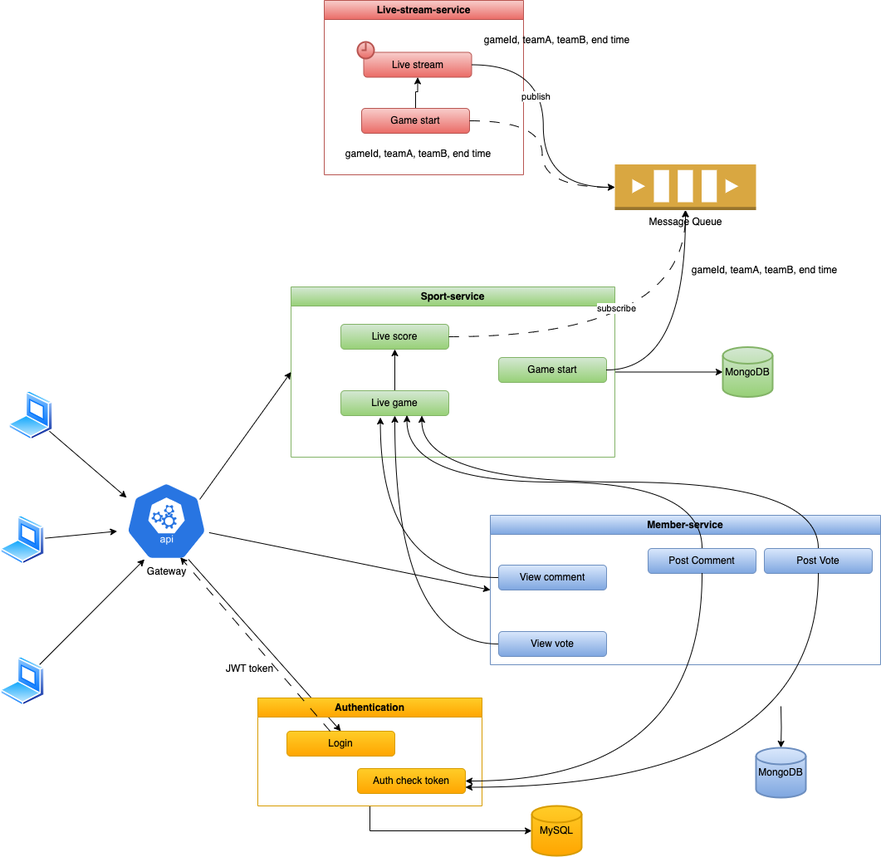
Earlier version of the draw.io export lectures/w3d4.project/Untitled.png (nthanhdo2610/enterprise-architecture). Source tidied: cells renumbered, new cells last; positions are measured from the earlier drawing's top-left corner, leaving out a move shared by most shapes.
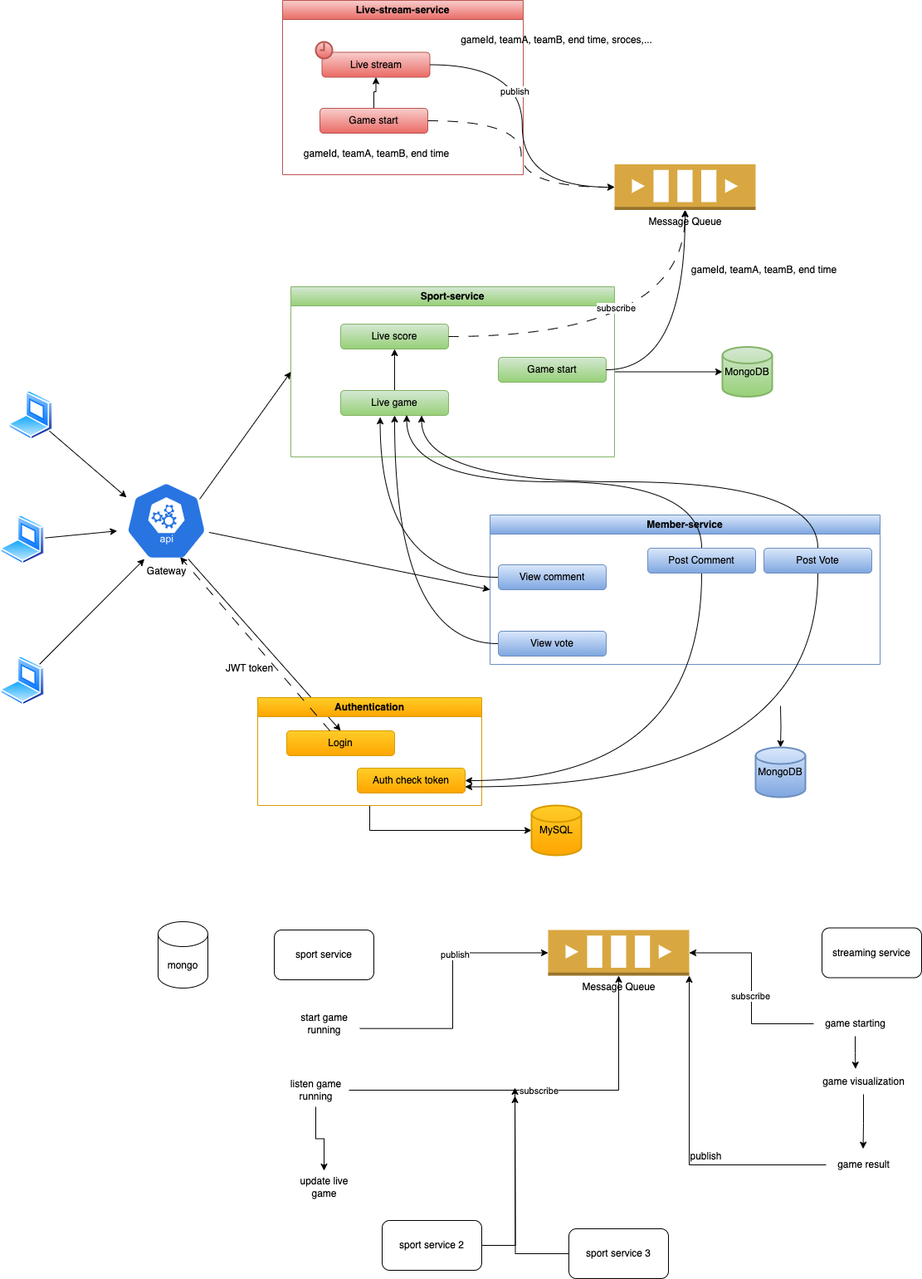
After the commit.

The edit, as a diff of the source:
```diff
@@ -45,7 +45,7 @@
       <mxGeometry x="250" y="85" width="130" height="30" as="geometry" />
     </mxCell>
     <mxCell id="16" value="Live-stream-service" style="swimlane;whiteSpace=wrap;html=1;fillColor=#f8cecc;strokeColor=#b85450;gradientColor=#ea6b66;" parent="1" vertex="1">
-      <mxGeometry x="390" width="240" height="210" as="geometry" />
+      <mxGeometry x="340" width="290" height="210" as="geometry" />
     </mxCell>
     <mxCell id="17" value="Live stream" style="rounded=1;whiteSpace=wrap;html=1;fillColor=#f8cecc;strokeColor=#b85450;gradientColor=#ea6b66;" parent="16" vertex="1">
       <mxGeometry x="47.5" y="62.5" width="130" height="30" as="geometry" />
@@ -159,8 +159,87 @@
     <mxCell id="52" value="gameId, teamA, teamB, end time" style="text;html=1;align=center;verticalAlign=middle;strokeColor=none;fillColor=none;" parent="1" vertex="1">
       <mxGeometry x="820" y="310" width="200" height="30" as="geometry" />
     </mxCell>
-    <mxCell id="53" value="gameId, teamA, teamB, end time" style="text;html=1;align=center;verticalAlign=middle;strokeColor=none;fillColor=none;" parent="1" vertex="1">
-      <mxGeometry x="570" y="32.5" width="200" height="30" as="geometry" />
+    <mxCell id="53" value="gameId, teamA, teamB, end time, sroces,..." style="text;html=1;align=center;verticalAlign=middle;strokeColor=none;fillColor=none;" parent="1" vertex="1">
+      <mxGeometry x="545" y="32.5" width="250" height="30" as="geometry" />
     </mxCell>
+    <mxCell id="54" style="edgeStyle=orthogonalEdgeStyle;rounded=0;jettySize=auto;html=1;entryX=0;entryY=0.5;entryDx=0;entryDy=0;entryPerimeter=0;exitX=1.04;exitY=0.642;exitDx=0;exitDy=0;exitPerimeter=0;" parent="1" edge="1" source="57" target="59">
+      <mxGeometry relative="1" as="geometry" />
+    </mxCell>
+    <mxCell id="55" value="publish" style="edgeLabel;html=1;align=center;verticalAlign=middle;" parent="54" vertex="1">
+      <mxGeometry x="0.26" y="-2" relative="1" as="geometry" />
+    </mxCell>
+    <mxCell id="56" value="sport service&lt;br&gt;" style="rounded=1;whiteSpace=wrap;html=1;" parent="1" vertex="1">
+      <mxGeometry x="330" y="1120" width="120" height="60" as="geometry" />
+    </mxCell>
+    <mxCell id="57" value="start game&lt;br&gt;running" style="text;html=1;align=center;verticalAlign=middle;points=[];strokeColor=none;fillColor=none;" parent="1" vertex="1">
+      <mxGeometry x="350" y="1213" width="80" height="40" as="geometry" />
+    </mxCell>
+    <mxCell id="58" value="mongo" style="shape=cylinder3;whiteSpace=wrap;html=1;boundedLbl=1;backgroundOutline=1;size=15;" parent="1" vertex="1">
+      <mxGeometry x="190" y="1110" width="60" height="80" as="geometry" />
+    </mxCell>
+    <mxCell id="59" value="Message Queue" style="outlineConnect=0;dashed=0;verticalLabelPosition=bottom;verticalAlign=top;align=center;html=1;shape=mxgraph.aws3.queue;fillColor=#D9A741;gradientColor=none;" parent="1" vertex="1">
+      <mxGeometry x="660" y="1120" width="170" height="55" as="geometry" />
+    </mxCell>
+    <mxCell id="60" style="edgeStyle=orthogonalEdgeStyle;rounded=0;jettySize=auto;html=1;entryX=0.5;entryY=1;entryDx=0;entryDy=0;entryPerimeter=0;" parent="1" edge="1" source="63" target="59">
+      <mxGeometry relative="1" as="geometry" />
+    </mxCell>
+    <mxCell id="61" value="subscribe" style="edgeLabel;html=1;align=center;verticalAlign=middle;" parent="60" vertex="1">
+      <mxGeometry x="-0.02" relative="1" as="geometry" />
+    </mxCell>
+    <mxCell id="62" style="edgeStyle=orthogonalEdgeStyle;rounded=0;jettySize=auto;html=1;entryX=0.5;entryY=0;entryDx=0;entryDy=0;entryPerimeter=0;" parent="1" edge="1" source="63" target="64">
+      <mxGeometry relative="1" as="geometry" />
+    </mxCell>
+    <mxCell id="63" value="listen game &lt;br&gt;running" style="text;html=1;align=center;verticalAlign=middle;points=[];strokeColor=none;fillColor=none;" parent="1" vertex="1">
+      <mxGeometry x="340" y="1293" width="80" height="40" as="geometry" />
+    </mxCell>
+    <mxCell id="64" value="update live &lt;br&gt;game" style="text;html=1;align=center;verticalAlign=middle;points=[];strokeColor=none;fillColor=none;" parent="1" vertex="1">
+      <mxGeometry x="350" y="1410" width="80" height="40" as="geometry" />
+    </mxCell>
+    <mxCell id="65" style="edgeStyle=orthogonalEdgeStyle;rounded=0;jettySize=auto;html=1;entryX=1;entryY=0.5;entryDx=0;entryDy=0;entryPerimeter=0;" parent="1" edge="1" source="69" target="59">
+      <mxGeometry relative="1" as="geometry" />
+    </mxCell>
+    <mxCell id="66" value="subscribe" style="edgeLabel;html=1;align=center;verticalAlign=middle;" parent="65" vertex="1">
+      <mxGeometry x="-0.07" y="2" relative="1" as="geometry" />
+    </mxCell>
+    <mxCell id="67" value="streaming service" style="rounded=1;whiteSpace=wrap;html=1;" parent="1" vertex="1">
+      <mxGeometry x="990" y="1117.5" width="120" height="60" as="geometry" />
+    </mxCell>
+    <mxCell id="68" style="edgeStyle=orthogonalEdgeStyle;rounded=0;jettySize=auto;html=1;entryX=0.42;entryY=-0.024;entryDx=0;entryDy=0;entryPerimeter=0;" parent="1" edge="1" source="69" target="71">
+      <mxGeometry relative="1" as="geometry" />
+    </mxCell>
+    <mxCell id="69" value="game starting" style="text;html=1;align=center;verticalAlign=middle;points=[];strokeColor=none;fillColor=none;" parent="1" vertex="1">
+      <mxGeometry x="980" y="1218" width="100" height="30" as="geometry" />
+    </mxCell>
+    <mxCell id="70" style="edgeStyle=orthogonalEdgeStyle;rounded=0;jettySize=auto;html=1;entryX=0.495;entryY=-0.145;entryDx=0;entryDy=0;entryPerimeter=0;" parent="1" edge="1" source="71" target="73">
+      <mxGeometry relative="1" as="geometry" />
+    </mxCell>
+    <mxCell id="71" value="game visualization" style="text;html=1;align=center;verticalAlign=middle;points=[];strokeColor=none;fillColor=none;" parent="1" vertex="1">
+      <mxGeometry x="980" y="1288" width="120" height="30" as="geometry" />
+    </mxCell>
+    <mxCell id="72" style="edgeStyle=orthogonalEdgeStyle;rounded=0;jettySize=auto;html=1;entryX=1;entryY=1;entryDx=0;entryDy=0;entryPerimeter=0;" parent="1" edge="1" source="73" target="59">
+      <mxGeometry relative="1" as="geometry" />
+    </mxCell>
+    <mxCell id="73" value="game result" style="text;html=1;align=center;verticalAlign=middle;points=[];strokeColor=none;fillColor=none;" parent="1" vertex="1">
+      <mxGeometry x="995" y="1388" width="90" height="30" as="geometry" />
+    </mxCell>
+    <mxCell id="74" value="publish" style="text;html=1;align=center;verticalAlign=middle;strokeColor=none;fillColor=none;" parent="1" vertex="1">
+      <mxGeometry x="820" y="1378" width="60" height="30" as="geometry" />
+    </mxCell>
+    <mxCell id="75" style="edgeStyle=orthogonalEdgeStyle;rounded=0;jettySize=auto;html=1;" parent="1" edge="1" source="76">
+      <mxGeometry relative="1" as="geometry">
+        <mxPoint x="620" y="1310" as="targetPoint" />
+      </mxGeometry>
+    </mxCell>
+    <mxCell id="76" value="sport service 2" style="rounded=1;whiteSpace=wrap;html=1;" parent="1" vertex="1">
+      <mxGeometry x="460" y="1470" width="120" height="60" as="geometry" />
+    </mxCell>
+    <mxCell id="77" style="edgeStyle=orthogonalEdgeStyle;rounded=0;jettySize=auto;html=1;" parent="1" edge="1" source="78">
+      <mxGeometry relative="1" as="geometry">
+        <mxPoint x="620" y="1320" as="targetPoint" />
+      </mxGeometry>
+    </mxCell>
+    <mxCell id="78" value="sport service 3" style="rounded=1;whiteSpace=wrap;html=1;" parent="1" vertex="1">
+      <mxGeometry x="685" y="1480" width="120" height="60" as="geometry" />
+    </mxCell>
   </root>
 </mxGraphModel>
```
